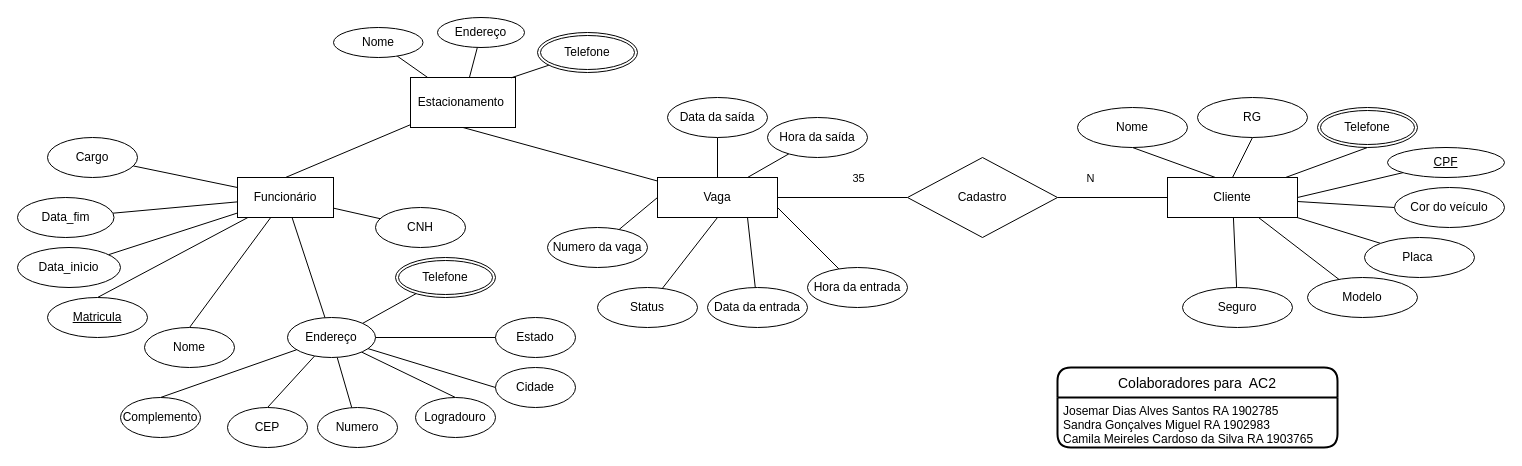
Before: AC2 - BD.drawio in sgmtec1/banco-de-dados, a draw.io diagram. Source tidied: cells renumbered, new cells numbered last; positions are measured from the earlier drawing's top-left corner, leaving out a move shared by most shapes. Both pictures are drawn from the tidied source at 100%, with x=0, y=0 at pixel (17, 17).
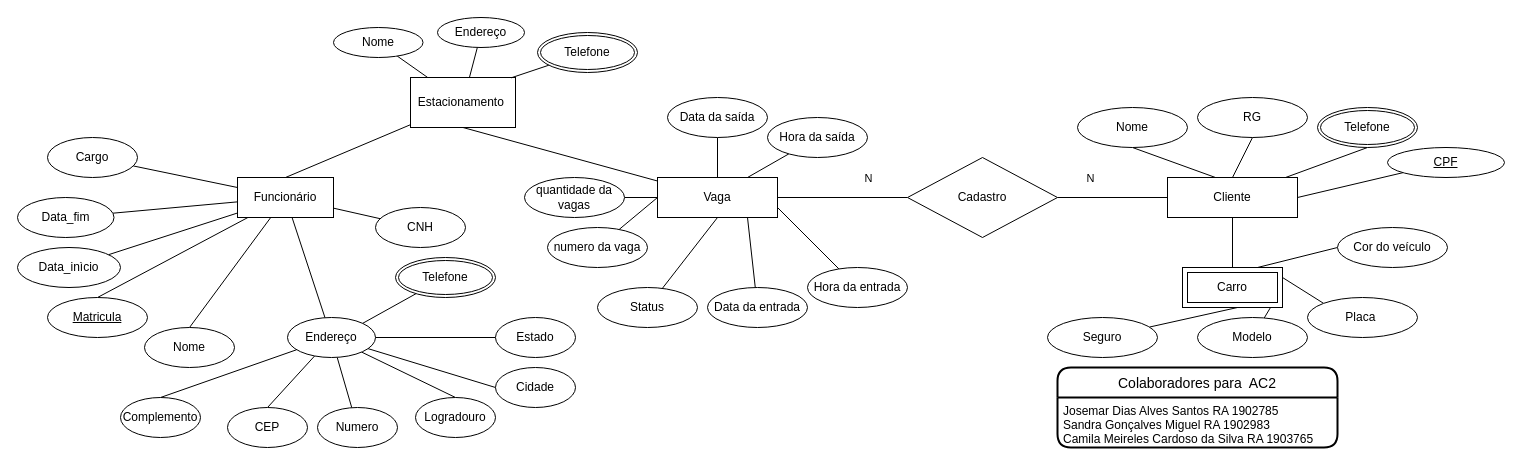
Above is the later version.

Unchanged cells that the change refers to:
```xml
<mxCell id="5" value="Cliente" style="rounded=0;whiteSpace=wrap;html=1;" parent="1" vertex="1">
  <mxGeometry x="1150" y="160" width="130" height="40" as="geometry" />
</mxCell>
<mxCell id="51" value="Vaga" style="rounded=0;whiteSpace=wrap;html=1;" parent="1" vertex="1">
  <mxGeometry x="640" y="160" width="120" height="40" as="geometry" />
</mxCell>
<mxCell id="58" style="edgeStyle=none;rounded=0;jettySize=auto;html=1;entryX=1;entryY=0.5;entryDx=0;entryDy=0;endArrow=none;endFill=0;" parent="1" edge="1" source="62" target="51">
  <mxGeometry relative="1" as="geometry" />
</mxCell>
```

What changed in the source:
```diff
@@
-    <mxCell id="2" style="edgeStyle=none;rounded=0;jettySize=auto;html=1;entryX=0;entryY=0.5;entryDx=0;entryDy=0;endArrow=none;endFill=0;" parent="1" edge="1" source="5" target="15">
+    <mxCell id="2" style="edgeStyle=none;rounded=0;jettySize=auto;html=1;entryX=0;entryY=0.5;entryDx=0;entryDy=0;endArrow=none;endFill=0;exitX=0.75;exitY=0;exitDx=0;exitDy=0;" parent="1" edge="1" source="82" target="15">
       <mxGeometry relative="1" as="geometry" />
     </mxCell>
-    <mxCell id="3" style="edgeStyle=none;rounded=0;jettySize=auto;html=1;entryX=0;entryY=0;entryDx=0;entryDy=0;endArrow=none;endFill=0;" parent="1" edge="1" source="5" target="16">
+    <mxCell id="3" style="edgeStyle=none;rounded=0;jettySize=auto;html=1;entryX=0;entryY=0;entryDx=0;entryDy=0;endArrow=none;endFill=0;exitX=1;exitY=0.25;exitDx=0;exitDy=0;" parent="1" edge="1" source="82" target="16">
       <mxGeometry relative="1" as="geometry" />
     </mxCell>
-    <mxCell id="4" style="edgeStyle=none;rounded=0;jettySize=auto;html=1;endArrow=none;endFill=0;" parent="1" edge="1" source="5" target="14">
+    <mxCell id="4" style="edgeStyle=none;rounded=0;jettySize=auto;html=1;endArrow=none;endFill=0;exitX=1;exitY=0.5;exitDx=0;exitDy=0;" parent="1" edge="1" source="82" target="14">
       <mxGeometry relative="1" as="geometry" />
     </mxCell>
@@
     <mxCell id="14" value="Modelo" style="ellipse;whiteSpace=wrap;html=1;" parent="1" vertex="1">
-      <mxGeometry x="1290" y="260" width="110" height="40" as="geometry" />
+      <mxGeometry x="1180" y="300" width="110" height="40" as="geometry" />
     </mxCell>
     <mxCell id="15" value="Cor do veículo" style="ellipse;whiteSpace=wrap;html=1;" parent="1" vertex="1">
-      <mxGeometry x="1377" y="170" width="110" height="40" as="geometry" />
+      <mxGeometry x="1320" y="210" width="110" height="40" as="geometry" />
     </mxCell>
     <mxCell id="16" value="Placa&amp;nbsp;" style="ellipse;whiteSpace=wrap;html=1;" parent="1" vertex="1">
-      <mxGeometry x="1347" y="220" width="110" height="40" as="geometry" />
+      <mxGeometry x="1290" y="280" width="110" height="40" as="geometry" />
     </mxCell>
@@
+    <mxCell id="78" style="rounded=0;jettySize=auto;html=1;entryX=1;entryY=0.5;entryDx=0;entryDy=0;endArrow=none;endFill=0;" parent="1" edge="1" source="51" target="80">
+      <mxGeometry relative="1" as="geometry" />
+    </mxCell>
@@
-    <mxCell id="53" value="Numero da vaga" style="ellipse;whiteSpace=wrap;html=1;align=center;gradientColor=#ffffff;" parent="1" vertex="1">
+    <mxCell id="53" value="numero da vaga" style="ellipse;whiteSpace=wrap;html=1;align=center;gradientColor=#ffffff;" parent="1" vertex="1">
       <mxGeometry x="530" y="210" width="100" height="40" as="geometry" />
     </mxCell>
@@
-    <mxCell id="59" value="35" style="edgeLabel;html=1;align=center;verticalAlign=middle;" parent="58" vertex="1">
-      <mxGeometry x="-0.48" y="-1" relative="1" as="geometry">
-        <mxPoint x="-15.9" y="-19" as="offset" />
-      </mxGeometry>
-    </mxCell>
+    <mxCell id="79" value="N" style="edgeLabel;html=1;align=center;verticalAlign=middle;" parent="58" vertex="1">
+      <mxGeometry x="-0.31" y="-2" relative="1" as="geometry">
+        <mxPoint x="5" y="-18" as="offset" />
+      </mxGeometry>
+    </mxCell>
@@
-    <mxCell id="63" style="edgeStyle=none;rounded=0;jettySize=auto;html=1;endArrow=none;endFill=0;" parent="1" edge="1" source="64" target="5">
+    <mxCell id="63" style="edgeStyle=none;rounded=0;jettySize=auto;html=1;endArrow=none;endFill=0;entryX=1;entryY=0.75;entryDx=0;entryDy=0;" parent="1" edge="1" source="64" target="82">
       <mxGeometry relative="1" as="geometry" />
     </mxCell>
     <mxCell id="64" value="Seguro" style="ellipse;whiteSpace=wrap;html=1;" parent="1" vertex="1">
-      <mxGeometry x="1165" y="270" width="110" height="40" as="geometry" />
+      <mxGeometry x="1030" y="300" width="110" height="40" as="geometry" />
     </mxCell>
@@
+    <mxCell id="80" value="quantidade da vagas" style="ellipse;whiteSpace=wrap;html=1;align=center;gradientColor=#ffffff;" parent="1" vertex="1">
+      <mxGeometry x="507" y="160" width="100" height="40" as="geometry" />
+    </mxCell>
+    <mxCell id="81" style="edgeStyle=none;rounded=0;jettySize=auto;html=1;entryX=0.5;entryY=1;entryDx=0;entryDy=0;endArrow=none;endFill=0;" parent="1" edge="1" source="82" target="5">
+      <mxGeometry relative="1" as="geometry" />
+    </mxCell>
+    <mxCell id="82" value="Carro" style="shape=ext;margin=3;double=1;whiteSpace=wrap;html=1;align=center;" parent="1" vertex="1">
+      <mxGeometry x="1165" y="250" width="100" height="40" as="geometry" />
+    </mxCell>
```
